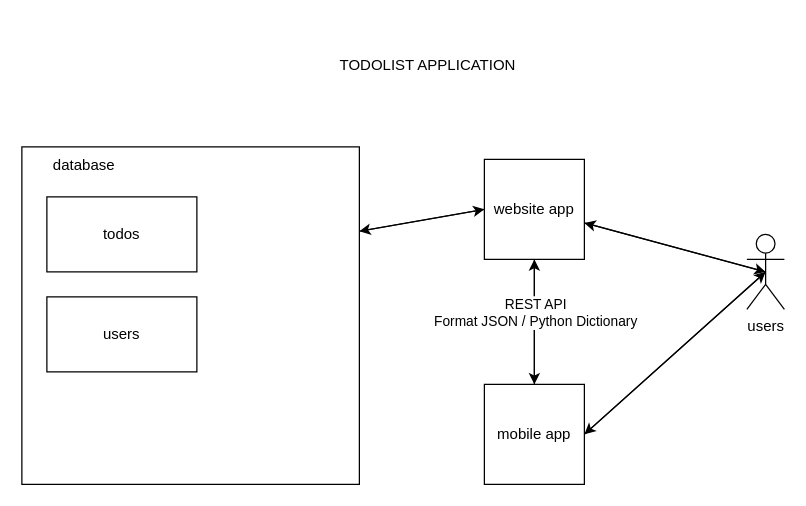
Earlier version of the draw.io diagram dictionary-rest API-json.drawio (husaenaf/python-fundamental-ud). Source tidied: cells renumbered, new cells numbered last; positions are measured from the earlier drawing's top-left corner, leaving out a move shared by most shapes. Both pictures are drawn from the tidied source at 125%, with x=0, y=0 at pixel (21, 46).
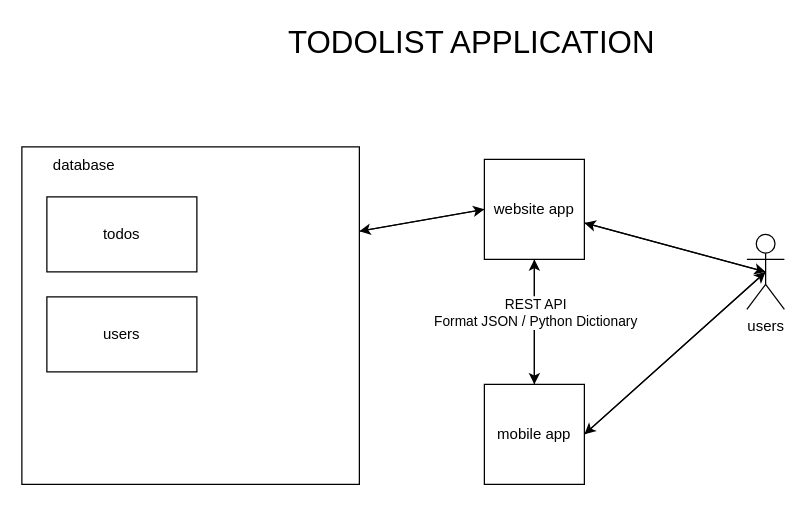
Above is the later version.

The edit, as a diff of the source:
```diff
@@
 <mxGraphModel>
   <root>
     <mxCell id="0" />
     <mxCell id="1" parent="0" />
     <mxCell id="2" style="edgeStyle=none;rounded=0;jettySize=auto;html=1;exitX=1;exitY=0.25;exitDx=0;exitDy=0;entryX=0;entryY=0.5;entryDx=0;entryDy=0;" parent="1" edge="1" source="3" target="15">
       <mxGeometry relative="1" as="geometry" />
     </mxCell>
     <mxCell id="3" style="whiteSpace=wrap;html=1;" parent="1" vertex="1">
       <mxGeometry y="80" width="270" height="270" as="geometry" />
     </mxCell>
-    <mxCell id="4" value="TODOLIST APPLICATION" style="text;html=1;strokeColor=none;fillColor=none;align=center;verticalAlign=middle;whiteSpace=wrap;rounded=0;" parent="1" vertex="1">
-      <mxGeometry x="210" width="230" height="30" as="geometry" />
+    <mxCell id="4" value="&lt;font style=&quot;font-size: 25px;&quot;&gt;TODOLIST APPLICATION&lt;/font&gt;" style="text;html=1;strokeColor=none;fillColor=none;align=center;verticalAlign=middle;whiteSpace=wrap;rounded=0;" parent="1" vertex="1">
+      <mxGeometry x="210" y="-20" width="300" height="30" as="geometry" />
     </mxCell>
     <mxCell id="5" value="users" style="rounded=0;whiteSpace=wrap;html=1;" parent="1" vertex="1">
       <mxGeometry x="20" y="200" width="120" height="60" as="geometry" />
     </mxCell>
     <mxCell id="6" value="todos" style="rounded=0;whiteSpace=wrap;html=1;" parent="1" vertex="1">
       <mxGeometry x="20" y="120" width="120" height="60" as="geometry" />
     </mxCell>
     <mxCell id="7" value="database" style="text;html=1;strokeColor=none;fillColor=none;align=center;verticalAlign=middle;whiteSpace=wrap;rounded=0;" parent="1" vertex="1">
       <mxGeometry x="20" y="80" width="60" height="30" as="geometry" />
     </mxCell>
     <mxCell id="8" style="edgeStyle=none;rounded=0;jettySize=auto;html=1;entryX=0.5;entryY=1;entryDx=0;entryDy=0;" parent="1" edge="1" source="10" target="15">
       <mxGeometry relative="1" as="geometry" />
     </mxCell>
     <mxCell id="9" style="edgeStyle=none;rounded=0;jettySize=auto;html=1;exitX=1;exitY=0.5;exitDx=0;exitDy=0;entryX=0.5;entryY=0.5;entryDx=0;entryDy=0;entryPerimeter=0;" parent="1" edge="1" source="10" target="18">
       <mxGeometry relative="1" as="geometry" />
     </mxCell>
     <mxCell id="10" value="mobile app" style="whiteSpace=wrap;html=1;" parent="1" vertex="1">
       <mxGeometry x="370" y="270" width="80" height="80" as="geometry" />
     </mxCell>
     <mxCell id="11" style="edgeStyle=none;rounded=0;jettySize=auto;html=1;exitX=0.5;exitY=1;exitDx=0;exitDy=0;entryX=0.5;entryY=0;entryDx=0;entryDy=0;" parent="1" edge="1" source="15" target="10">
       <mxGeometry relative="1" as="geometry" />
     </mxCell>
     <mxCell id="12" value="REST API&lt;br&gt;Format JSON / Python Dictionary" style="edgeLabel;html=1;align=center;verticalAlign=middle;" parent="11" vertex="1">
       <mxGeometry x="-0.17" relative="1" as="geometry" />
     </mxCell>
     <mxCell id="13" style="edgeStyle=none;rounded=0;jettySize=auto;html=1;exitX=0;exitY=0.5;exitDx=0;exitDy=0;entryX=1;entryY=0.25;entryDx=0;entryDy=0;" parent="1" edge="1" source="15" target="3">
       <mxGeometry relative="1" as="geometry" />
     </mxCell>
     <mxCell id="14" style="edgeStyle=none;rounded=0;jettySize=auto;html=1;entryX=0.5;entryY=0.5;entryDx=0;entryDy=0;entryPerimeter=0;" parent="1" edge="1" source="15" target="18">
       <mxGeometry relative="1" as="geometry" />
     </mxCell>
     <mxCell id="15" value="website app" style="whiteSpace=wrap;html=1;" parent="1" vertex="1">
       <mxGeometry x="370" y="90" width="80" height="80" as="geometry" />
     </mxCell>
     <mxCell id="16" style="edgeStyle=none;rounded=0;jettySize=auto;html=1;exitX=0.5;exitY=0.5;exitDx=0;exitDy=0;exitPerimeter=0;" parent="1" edge="1" source="18" target="15">
       <mxGeometry relative="1" as="geometry" />
     </mxCell>
     <mxCell id="17" style="edgeStyle=none;rounded=0;jettySize=auto;html=1;exitX=0.5;exitY=0.5;exitDx=0;exitDy=0;exitPerimeter=0;entryX=1;entryY=0.5;entryDx=0;entryDy=0;" parent="1" edge="1" source="18" target="10">
       <mxGeometry relative="1" as="geometry" />
     </mxCell>
     <mxCell id="18" value="users" style="shape=umlActor;verticalLabelPosition=bottom;verticalAlign=top;html=1;outlineConnect=0;" parent="1" vertex="1">
       <mxGeometry x="580" y="150" width="30" height="60" as="geometry" />
     </mxCell>
   </root>
 </mxGraphModel>
```
